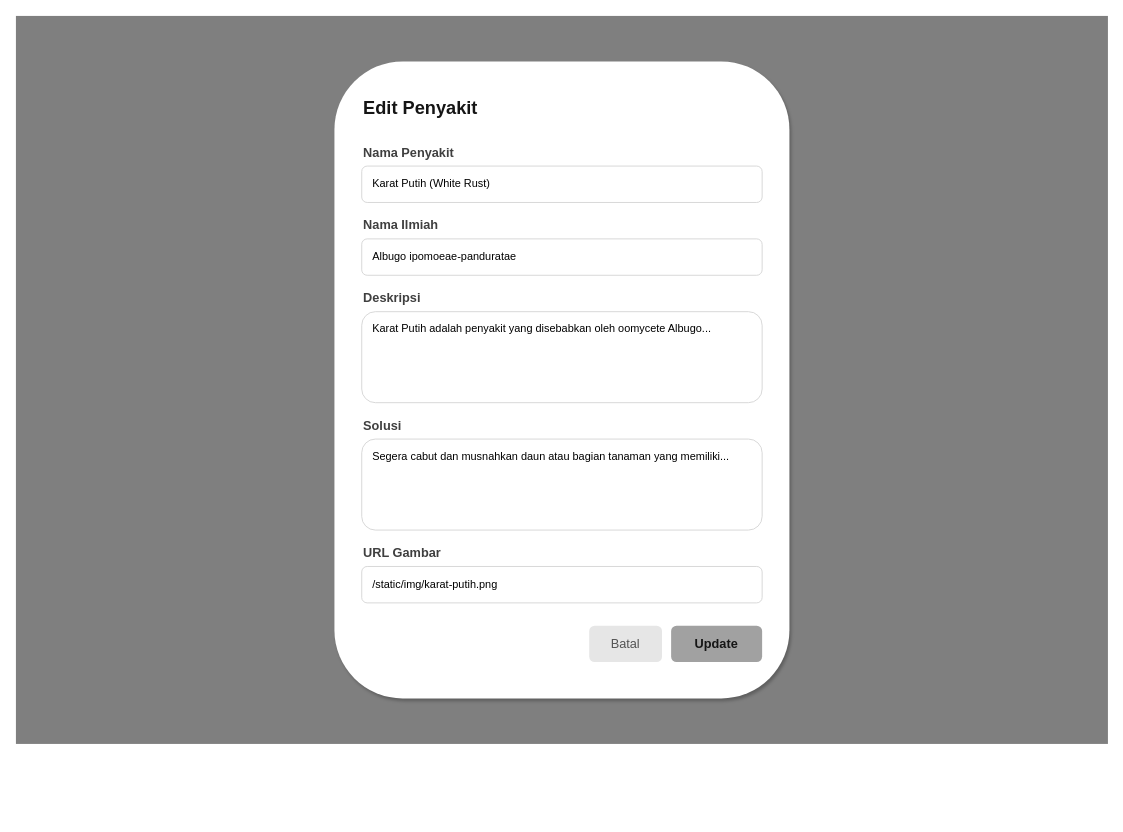
The draw.io diagram diagram/desain_backup/admin-update-penyakit.drawio in RajaSunrise/kangkungku, before the edit. Source tidied: cells renumbered, new cells numbered last; positions are measured from the earlier drawing's top-left corner, leaving out a move shared by most shapes. Both pictures are drawn from the tidied source at 91%, with x=0, y=0 at pixel (15, 15).
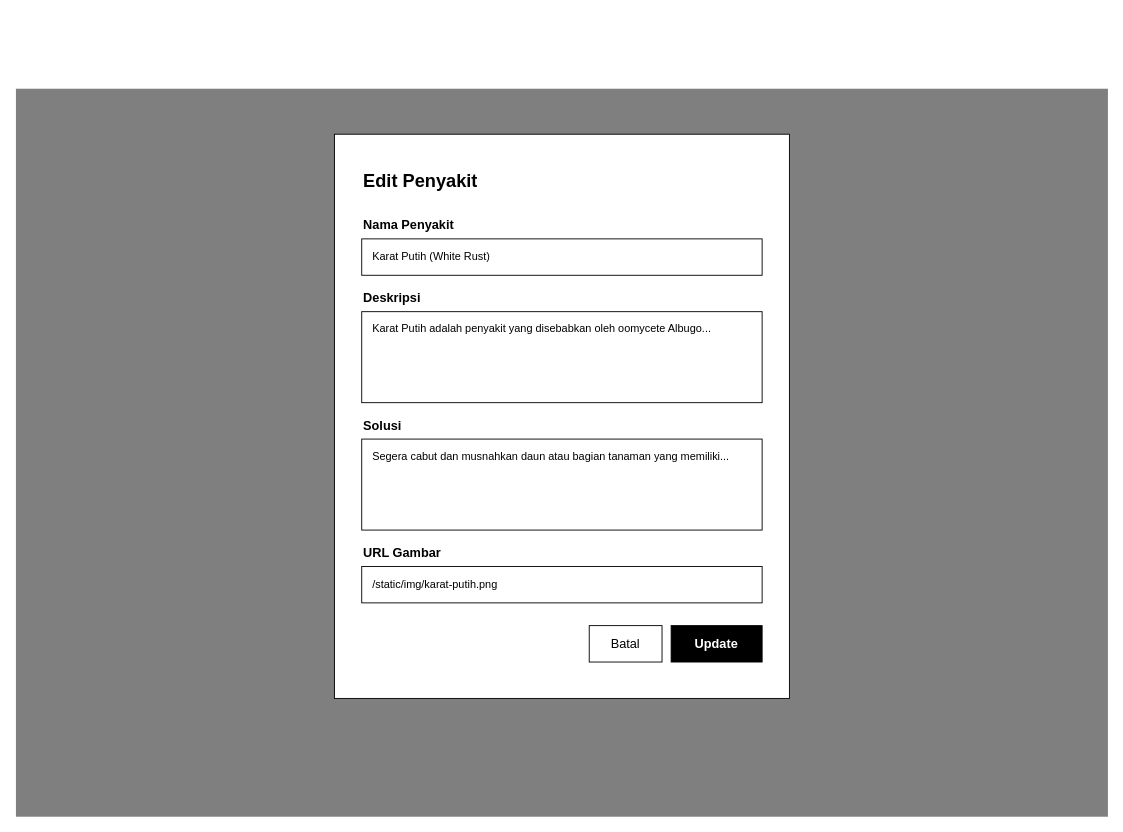
Above is the later version.

Change to the diagram source:
```diff
@@
 <mxGraphModel>
   <root>
     <mxCell id="0" />
     <mxCell id="1" parent="0" />
     <mxCell id="2" style="rounded=0;whiteSpace=wrap;html=1;fillColor=#000000;fillOpacity=50;strokeColor=none;" parent="1" vertex="1">
-      <mxGeometry width="1200" height="800" as="geometry" />
+      <mxGeometry y="80" width="1200" height="800" as="geometry" />
     </mxCell>
-    <mxCell id="3" style="rounded=1;whiteSpace=wrap;html=1;fillColor=#FFFFFF;strokeColor=none;shadow=1;" parent="1" vertex="1">
-      <mxGeometry x="350" y="50" width="500" height="700" as="geometry" />
+    <mxCell id="3" style="rounded=0;whiteSpace=wrap;html=1;fillColor=#FFFFFF;strokeColor=#000000;" parent="1" vertex="1">
+      <mxGeometry x="350" y="130" width="500" height="620" as="geometry" />
     </mxCell>
-    <mxCell id="4" value="Edit Penyakit" style="text;html=1;strokeColor=none;fillColor=none;align=left;verticalAlign=middle;whiteSpace=wrap;rounded=0;fontColor=#151515;fontSize=20;fontStyle=1;" parent="1" vertex="1">
-      <mxGeometry x="380" y="80" width="300" height="40" as="geometry" />
+    <mxCell id="4" value="Edit Penyakit" style="text;html=1;strokeColor=none;fillColor=none;align=left;verticalAlign=middle;whiteSpace=wrap;rounded=0;fontColor=#000000;fontSize=20;fontStyle=1;" parent="1" vertex="1">
+      <mxGeometry x="380" y="160" width="300" height="40" as="geometry" />
     </mxCell>
-    <mxCell id="5" value="Nama Penyakit" style="text;html=1;strokeColor=none;fillColor=none;align=left;verticalAlign=middle;whiteSpace=wrap;rounded=0;fontColor=#3F3F3F;fontSize=14;fontStyle=1;" parent="1" vertex="1">
-      <mxGeometry x="380" y="140" width="150" height="20" as="geometry" />
+    <mxCell id="5" value="Nama Penyakit" style="text;html=1;strokeColor=none;fillColor=none;align=left;verticalAlign=middle;whiteSpace=wrap;rounded=0;fontColor=#000000;fontSize=14;fontStyle=1;" parent="1" vertex="1">
+      <mxGeometry x="380" y="220" width="150" height="20" as="geometry" />
     </mxCell>
-    <mxCell id="6" value="Karat Putih (White Rust)" style="rounded=1;whiteSpace=wrap;html=1;fillColor=#FFFFFF;strokeColor=#D4D4D4;align=left;spacingLeft=10;" parent="1" vertex="1">
-      <mxGeometry x="380" y="165" width="440" height="40" as="geometry" />
+    <mxCell id="6" value="Karat Putih (White Rust)" style="rounded=0;whiteSpace=wrap;html=1;fillColor=#FFFFFF;strokeColor=#000000;align=left;spacingLeft=10;" parent="1" vertex="1">
+      <mxGeometry x="380" y="245" width="440" height="40" as="geometry" />
     </mxCell>
-    <mxCell id="7" value="Nama Ilmiah" style="text;html=1;strokeColor=none;fillColor=none;align=left;verticalAlign=middle;whiteSpace=wrap;rounded=0;fontColor=#3F3F3F;fontSize=14;fontStyle=1;" parent="1" vertex="1">
-      <mxGeometry x="380" y="220" width="150" height="20" as="geometry" />
-    </mxCell>
-    <mxCell id="8" value="Albugo ipomoeae-panduratae" style="rounded=1;whiteSpace=wrap;html=1;fillColor=#FFFFFF;strokeColor=#D4D4D4;align=left;spacingLeft=10;" parent="1" vertex="1">
-      <mxGeometry x="380" y="245" width="440" height="40" as="geometry" />
-    </mxCell>
-    <mxCell id="9" value="Deskripsi" style="text;html=1;strokeColor=none;fillColor=none;align=left;verticalAlign=middle;whiteSpace=wrap;rounded=0;fontColor=#3F3F3F;fontSize=14;fontStyle=1;" parent="1" vertex="1">
+    <mxCell id="9" value="Deskripsi" style="text;html=1;strokeColor=none;fillColor=none;align=left;verticalAlign=middle;whiteSpace=wrap;rounded=0;fontColor=#000000;fontSize=14;fontStyle=1;" parent="1" vertex="1">
       <mxGeometry x="380" y="300" width="150" height="20" as="geometry" />
     </mxCell>
-    <mxCell id="10" value="Karat Putih adalah penyakit yang disebabkan oleh oomycete Albugo..." style="rounded=1;whiteSpace=wrap;html=1;fillColor=#FFFFFF;strokeColor=#D4D4D4;align=left;spacingLeft=10;verticalAlign=top;spacingTop=5;" parent="1" vertex="1">
+    <mxCell id="10" value="Karat Putih adalah penyakit yang disebabkan oleh oomycete Albugo..." style="rounded=0;whiteSpace=wrap;html=1;fillColor=#FFFFFF;strokeColor=#000000;align=left;spacingLeft=10;verticalAlign=top;spacingTop=5;" parent="1" vertex="1">
       <mxGeometry x="380" y="325" width="440" height="100" as="geometry" />
     </mxCell>
-    <mxCell id="11" value="Solusi" style="text;html=1;strokeColor=none;fillColor=none;align=left;verticalAlign=middle;whiteSpace=wrap;rounded=0;fontColor=#3F3F3F;fontSize=14;fontStyle=1;" parent="1" vertex="1">
+    <mxCell id="11" value="Solusi" style="text;html=1;strokeColor=none;fillColor=none;align=left;verticalAlign=middle;whiteSpace=wrap;rounded=0;fontColor=#000000;fontSize=14;fontStyle=1;" parent="1" vertex="1">
       <mxGeometry x="380" y="440" width="150" height="20" as="geometry" />
     </mxCell>
-    <mxCell id="12" value="Segera cabut dan musnahkan daun atau bagian tanaman yang memiliki..." style="rounded=1;whiteSpace=wrap;html=1;fillColor=#FFFFFF;strokeColor=#D4D4D4;align=left;spacingLeft=10;verticalAlign=top;spacingTop=5;" parent="1" vertex="1">
+    <mxCell id="12" value="Segera cabut dan musnahkan daun atau bagian tanaman yang memiliki..." style="rounded=0;whiteSpace=wrap;html=1;fillColor=#FFFFFF;strokeColor=#000000;align=left;spacingLeft=10;verticalAlign=top;spacingTop=5;" parent="1" vertex="1">
       <mxGeometry x="380" y="465" width="440" height="100" as="geometry" />
     </mxCell>
-    <mxCell id="13" value="URL Gambar" style="text;html=1;strokeColor=none;fillColor=none;align=left;verticalAlign=middle;whiteSpace=wrap;rounded=0;fontColor=#3F3F3F;fontSize=14;fontStyle=1;" parent="1" vertex="1">
+    <mxCell id="13" value="URL Gambar" style="text;html=1;strokeColor=none;fillColor=none;align=left;verticalAlign=middle;whiteSpace=wrap;rounded=0;fontColor=#000000;fontSize=14;fontStyle=1;" parent="1" vertex="1">
       <mxGeometry x="380" y="580" width="150" height="20" as="geometry" />
     </mxCell>
-    <mxCell id="14" value="/static/img/karat-putih.png" style="rounded=1;whiteSpace=wrap;html=1;fillColor=#FFFFFF;strokeColor=#D4D4D4;align=left;spacingLeft=10;" parent="1" vertex="1">
+    <mxCell id="14" value="/static/img/karat-putih.png" style="rounded=0;whiteSpace=wrap;html=1;fillColor=#FFFFFF;strokeColor=#000000;align=left;spacingLeft=10;" parent="1" vertex="1">
       <mxGeometry x="380" y="605" width="440" height="40" as="geometry" />
     </mxCell>
-    <mxCell id="15" value="Batal" style="rounded=1;whiteSpace=wrap;html=1;fillColor=#E6E6E6;strokeColor=none;fontColor=#535353;fontSize=14;" parent="1" vertex="1">
+    <mxCell id="15" value="Batal" style="rounded=0;whiteSpace=wrap;html=1;fillColor=#FFFFFF;strokeColor=#000000;fontColor=#000000;fontSize=14;" parent="1" vertex="1">
       <mxGeometry x="630" y="670" width="80" height="40" as="geometry" />
     </mxCell>
-    <mxCell id="16" value="Update" style="rounded=1;whiteSpace=wrap;html=1;fillColor=#A1A1A1;strokeColor=none;fontColor=#151515;fontStyle=1;fontSize=14;" parent="1" vertex="1">
+    <mxCell id="16" value="Update" style="rounded=0;whiteSpace=wrap;html=1;fillColor=#000000;strokeColor=#000000;fontColor=#FFFFFF;fontStyle=1;fontSize=14;" parent="1" vertex="1">
       <mxGeometry x="720" y="670" width="100" height="40" as="geometry" />
     </mxCell>
   </root>
 </mxGraphModel>
```
